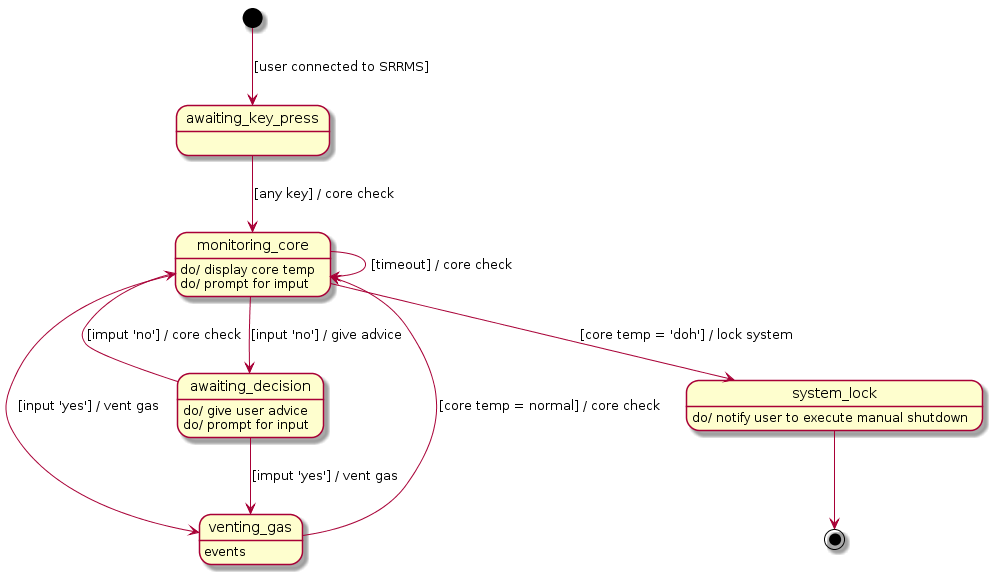
Earlier version of the PlantUML export fsm-dia.png (gitten/elixir-HomerFSM).
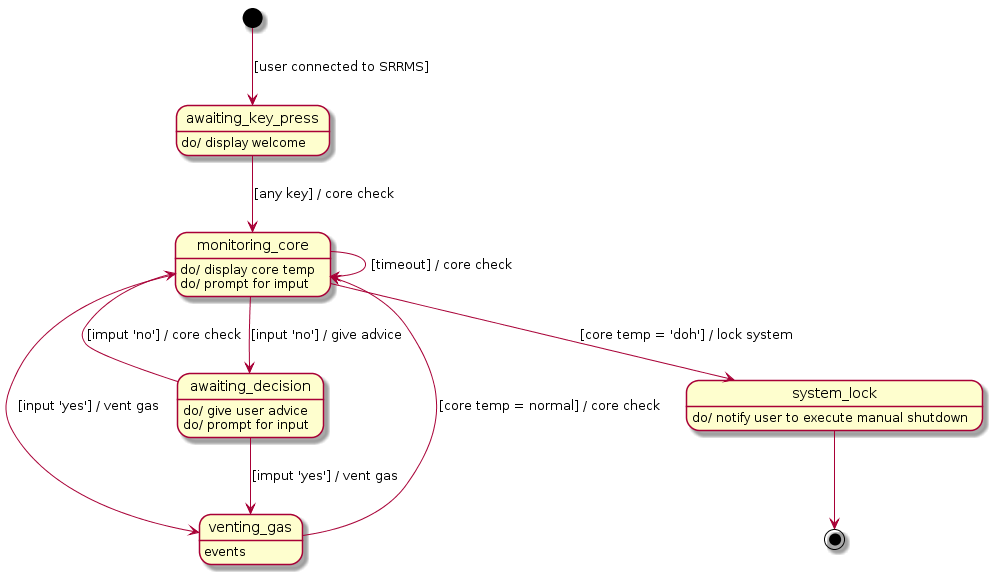
The same file after the commit.

The edit, as a diff of the source:
```diff
@@ -2,7 +2,9 @@
 
 
                [*] --> awaiting_key_press : [user connected to SRRMS]
+
 awaiting_key_press --> monitoring_core : [any key] / core check
+awaiting_key_press : do/ display welcome
 
    monitoring_core --> monitoring_core : [timeout] / core check
    monitoring_core --> awaiting_decision : [input 'no'] / give advice
@@ -26,6 +28,4 @@
        venting_gas : events
 
 
-
-
 @enduml
```
